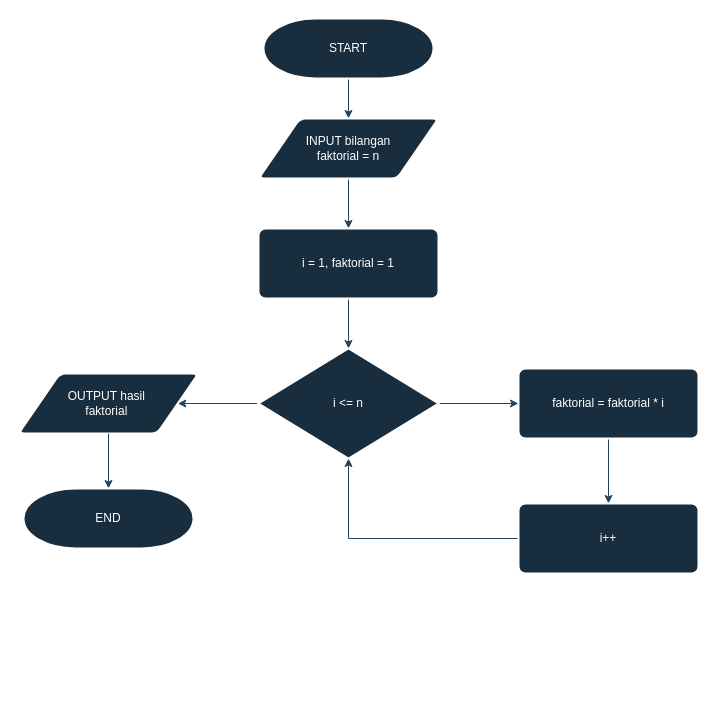
Earlier version of the draw.io diagram Untitled Diagram.drawio (OrlndoDacsta/draw.io-Nando). Source tidied: cells renumbered, new cells numbered last; positions are measured from the earlier drawing's top-left corner, leaving out a move shared by most shapes. Both pictures are drawn from the tidied source at 100%, with x=0, y=0 at pixel (18, 18).
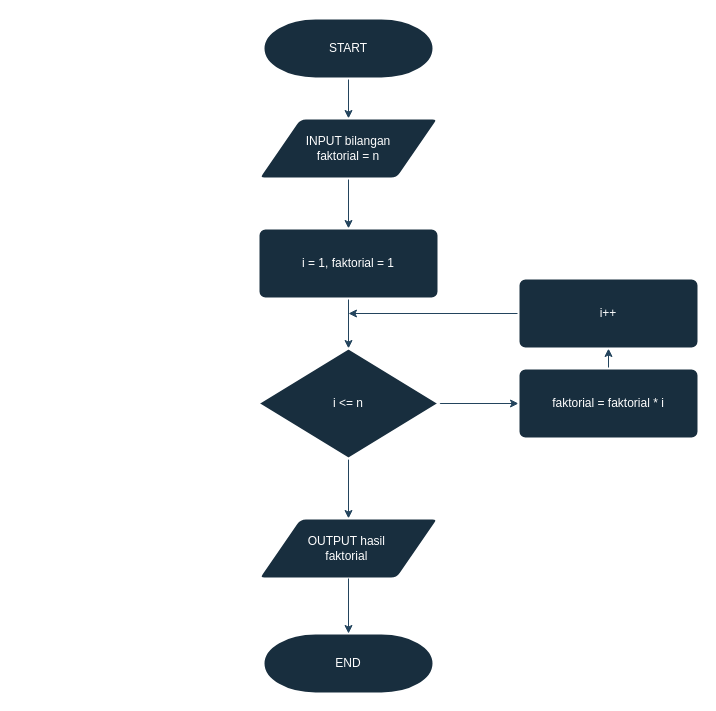
Above is the later version.

Diff of the diagram source:
```diff
@@
 <mxGraphModel>
   <root>
     <mxCell id="0" />
     <mxCell id="1" parent="0" />
-    <mxCell id="2" style="edgeStyle=orthogonalEdgeStyle;rounded=0;jettySize=auto;html=1;exitX=0.5;exitY=1;exitDx=0;exitDy=0;exitPerimeter=0;entryX=0.5;entryY=0;entryDx=0;entryDy=0;strokeColor=#23445D;" parent="1" edge="1" source="3" target="5">
+    <mxCell id="2" style="edgeStyle=orthogonalEdgeStyle;rounded=0;jettySize=auto;html=1;exitX=0.5;exitY=1;exitDx=0;exitDy=0;exitPerimeter=0;entryX=0.5;entryY=0;entryDx=0;entryDy=0;strokeColor=#23445D;labelBackgroundColor=none;fontColor=default;" parent="1" edge="1" source="3" target="5">
       <mxGeometry relative="1" as="geometry" />
     </mxCell>
     <mxCell id="3" value="START" style="strokeWidth=2;html=1;shape=mxgraph.flowchart.terminator;whiteSpace=wrap;labelBackgroundColor=none;fillColor=#182E3E;strokeColor=#FFFFFF;fontColor=#FFFFFF;" parent="1" vertex="1">
       <mxGeometry x="245" width="170" height="60" as="geometry" />
     </mxCell>
-    <mxCell id="4" style="edgeStyle=orthogonalEdgeStyle;rounded=0;jettySize=auto;html=1;exitX=0.5;exitY=1;exitDx=0;exitDy=0;entryX=0.5;entryY=0;entryDx=0;entryDy=0;strokeColor=#23445D;" parent="1" edge="1" source="5" target="7">
+    <mxCell id="4" style="edgeStyle=orthogonalEdgeStyle;rounded=0;jettySize=auto;html=1;exitX=0.5;exitY=1;exitDx=0;exitDy=0;entryX=0.5;entryY=0;entryDx=0;entryDy=0;strokeColor=#23445D;labelBackgroundColor=none;fontColor=default;" parent="1" edge="1" source="5" target="7">
       <mxGeometry relative="1" as="geometry" />
     </mxCell>
     <mxCell id="5" value="INPUT bilangan &lt;br&gt;faktorial&amp;nbsp;= n" style="shape=parallelogram;html=1;strokeWidth=2;perimeter=parallelogramPerimeter;whiteSpace=wrap;rounded=1;arcSize=12;size=0.23;labelBackgroundColor=none;fillColor=#182E3E;strokeColor=#FFFFFF;fontColor=#FFFFFF;" parent="1" vertex="1">
       <mxGeometry x="240" y="100" width="180" height="60" as="geometry" />
     </mxCell>
-    <mxCell id="6" style="edgeStyle=orthogonalEdgeStyle;rounded=0;jettySize=auto;html=1;exitX=0.5;exitY=1;exitDx=0;exitDy=0;strokeColor=#23445D;" parent="1" edge="1" source="7" target="10">
+    <mxCell id="6" style="edgeStyle=orthogonalEdgeStyle;rounded=0;jettySize=auto;html=1;exitX=0.5;exitY=1;exitDx=0;exitDy=0;strokeColor=#23445D;labelBackgroundColor=none;fontColor=default;" parent="1" edge="1" source="7" target="10">
       <mxGeometry relative="1" as="geometry" />
     </mxCell>
     <mxCell id="7" value="i = 1, faktorial = 1" style="rounded=1;whiteSpace=wrap;html=1;absoluteArcSize=1;arcSize=14;strokeWidth=2;labelBackgroundColor=none;fillColor=#182E3E;strokeColor=#FFFFFF;fontColor=#FFFFFF;" parent="1" vertex="1">
       <mxGeometry x="240" y="210" width="180" height="70" as="geometry" />
     </mxCell>
-    <mxCell id="8" style="edgeStyle=orthogonalEdgeStyle;rounded=0;jettySize=auto;html=1;exitX=1;exitY=0.5;exitDx=0;exitDy=0;exitPerimeter=0;entryX=0;entryY=0.5;entryDx=0;entryDy=0;strokeColor=#23445D;" parent="1" edge="1" source="10" target="12">
+    <mxCell id="8" style="edgeStyle=orthogonalEdgeStyle;rounded=0;jettySize=auto;html=1;exitX=1;exitY=0.5;exitDx=0;exitDy=0;exitPerimeter=0;entryX=0;entryY=0.5;entryDx=0;entryDy=0;strokeColor=#23445D;labelBackgroundColor=none;fontColor=default;" parent="1" edge="1" source="10" target="12">
       <mxGeometry relative="1" as="geometry" />
     </mxCell>
-    <mxCell id="9" style="edgeStyle=orthogonalEdgeStyle;rounded=0;jettySize=auto;html=1;exitX=0;exitY=0.5;exitDx=0;exitDy=0;exitPerimeter=0;entryX=1;entryY=0.5;entryDx=0;entryDy=0;strokeColor=#23445D;" parent="1" edge="1" source="10" target="15">
+    <mxCell id="9" style="edgeStyle=orthogonalEdgeStyle;rounded=0;jettySize=auto;html=1;exitX=0.5;exitY=1;exitDx=0;exitDy=0;exitPerimeter=0;entryX=0.5;entryY=0;entryDx=0;entryDy=0;strokeColor=#23445D;" parent="1" edge="1" source="10" target="15">
       <mxGeometry relative="1" as="geometry" />
     </mxCell>
     <mxCell id="10" value="i &amp;lt;= n" style="strokeWidth=2;html=1;shape=mxgraph.flowchart.decision;whiteSpace=wrap;labelBackgroundColor=none;fillColor=#182E3E;strokeColor=#FFFFFF;fontColor=#FFFFFF;" parent="1" vertex="1">
       <mxGeometry x="240" y="330" width="180" height="110" as="geometry" />
     </mxCell>
-    <mxCell id="11" style="edgeStyle=orthogonalEdgeStyle;rounded=0;jettySize=auto;html=1;exitX=0.5;exitY=1;exitDx=0;exitDy=0;entryX=0.5;entryY=0;entryDx=0;entryDy=0;strokeColor=#23445D;" parent="1" edge="1" source="12" target="14">
+    <mxCell id="11" style="edgeStyle=orthogonalEdgeStyle;rounded=0;jettySize=auto;html=1;exitX=0.5;exitY=0;exitDx=0;exitDy=0;entryX=0.5;entryY=1;entryDx=0;entryDy=0;labelBackgroundColor=none;strokeColor=#23445D;fontColor=default;" parent="1" edge="1" source="12" target="14">
       <mxGeometry relative="1" as="geometry" />
     </mxCell>
     <mxCell id="12" value="faktorial = faktorial * i" style="rounded=1;whiteSpace=wrap;html=1;absoluteArcSize=1;arcSize=14;strokeWidth=2;labelBackgroundColor=none;fillColor=#182E3E;strokeColor=#FFFFFF;fontColor=#FFFFFF;" parent="1" vertex="1">
       <mxGeometry x="500" y="350" width="180" height="70" as="geometry" />
     </mxCell>
-    <mxCell id="13" style="edgeStyle=orthogonalEdgeStyle;rounded=0;jettySize=auto;html=1;exitX=0;exitY=0.5;exitDx=0;exitDy=0;strokeColor=#23445D;" parent="1" edge="1" source="14" target="10">
-      <mxGeometry relative="1" as="geometry" />
-    </mxCell>
+    <mxCell id="18" style="edgeStyle=orthogonalEdgeStyle;rounded=0;jettySize=auto;html=1;exitX=0;exitY=0.5;exitDx=0;exitDy=0;strokeColor=#23445D;" parent="1" edge="1" source="14">
+      <mxGeometry relative="1" as="geometry">
+        <mxPoint x="330" y="295" as="targetPoint" />
+      </mxGeometry>
+    </mxCell>
     <mxCell id="14" value="i++" style="rounded=1;whiteSpace=wrap;html=1;absoluteArcSize=1;arcSize=14;strokeWidth=2;labelBackgroundColor=none;fillColor=#182E3E;strokeColor=#FFFFFF;fontColor=#FFFFFF;" parent="1" vertex="1">
-      <mxGeometry x="500" y="485" width="180" height="70" as="geometry" />
+      <mxGeometry x="500" y="260" width="180" height="70" as="geometry" />
     </mxCell>
     <mxCell id="15" value="OUTPUT hasil&amp;nbsp;&lt;br&gt;faktorial&amp;nbsp;" style="shape=parallelogram;html=1;strokeWidth=2;perimeter=parallelogramPerimeter;whiteSpace=wrap;rounded=1;arcSize=12;size=0.23;labelBackgroundColor=none;fillColor=#182E3E;strokeColor=#FFFFFF;fontColor=#FFFFFF;" parent="1" vertex="1">
-      <mxGeometry y="355" width="180" height="60" as="geometry" />
+      <mxGeometry x="240" y="500" width="180" height="60" as="geometry" />
     </mxCell>
-    <mxCell id="16" style="edgeStyle=orthogonalEdgeStyle;rounded=0;jettySize=auto;html=1;exitX=0.5;exitY=1;exitDx=0;exitDy=0;entryX=0.5;entryY=0;entryDx=0;entryDy=0;entryPerimeter=0;strokeColor=#23445D;" parent="1" edge="1" source="15">
-      <mxGeometry relative="1" as="geometry">
-        <mxPoint x="90" y="470" as="targetPoint" />
-      </mxGeometry>
-    </mxCell>
     <mxCell id="17" value="END" style="strokeWidth=2;html=1;shape=mxgraph.flowchart.terminator;whiteSpace=wrap;labelBackgroundColor=none;fillColor=#182E3E;strokeColor=#FFFFFF;fontColor=#FFFFFF;" parent="1" vertex="1">
-      <mxGeometry x="5" y="470" width="170" height="60" as="geometry" />
+      <mxGeometry x="245" y="615" width="170" height="60" as="geometry" />
     </mxCell>
+    <mxCell id="19" style="edgeStyle=orthogonalEdgeStyle;rounded=0;jettySize=auto;html=1;exitX=0.5;exitY=1;exitDx=0;exitDy=0;entryX=0.5;entryY=0;entryDx=0;entryDy=0;entryPerimeter=0;strokeColor=#23445D;" parent="1" edge="1" source="15" target="17">
+      <mxGeometry relative="1" as="geometry" />
+    </mxCell>
   </root>
 </mxGraphModel>
```
